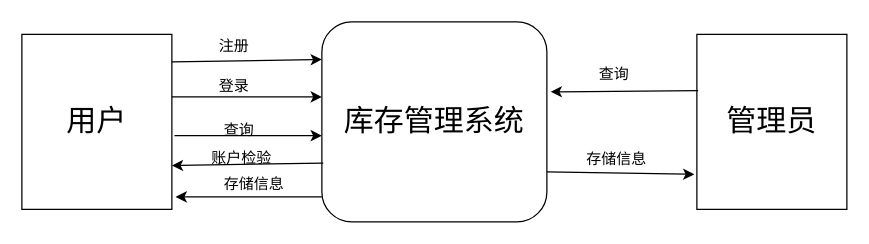
Earlier version of the draw.io diagram 环境图.drawio (fancy5858/hello-world). Source tidied: cells renumbered, new cells numbered last; positions are measured from the earlier drawing's top-left corner, leaving out a move shared by most shapes. Both pictures are drawn from the tidied source at 125%, with x=0, y=0 at pixel (21, 21).
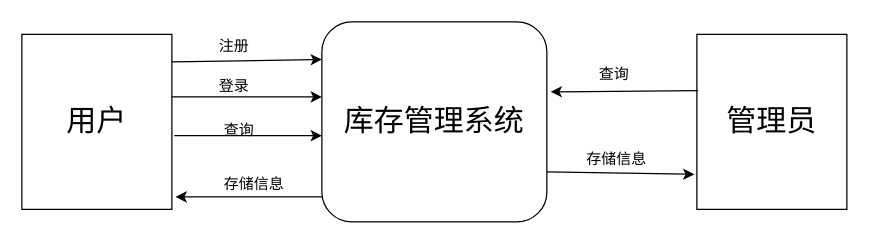
Above is the later version.

Unchanged cells that the change refers to:
```xml
<mxCell id="2" value="&lt;font style=&quot;font-size: 24px&quot;&gt;用户&lt;/font&gt;" style="rounded=0;whiteSpace=wrap;html=1;" parent="1" vertex="1">
  <mxGeometry y="10" width="120" height="140" as="geometry" />
</mxCell>
<mxCell id="3" value="&lt;font style=&quot;font-size: 24px&quot;&gt;库存管理系统&lt;/font&gt;" style="rounded=1;whiteSpace=wrap;html=1;" parent="1" vertex="1">
  <mxGeometry x="240" width="180" height="160" as="geometry" />
</mxCell>
```

Diff of the diagram source:
```diff
@@
-    <mxCell id="11" style="endArrow=classic;html=1;entryX=1;entryY=0.75;entryDx=0;entryDy=0;exitX=0.006;exitY=0.706;exitDx=0;exitDy=0;exitPerimeter=0;" parent="1" edge="1" source="3" target="2">
-      <mxGeometry relative="1" as="geometry" />
-    </mxCell>
-    <mxCell id="12" value="账户检验" style="text;html=1;align=left;verticalAlign=top;spacingTop=-4;" parent="1" vertex="1">
-      <mxGeometry x="150" y="99" width="60" height="20" as="geometry" />
-    </mxCell>
```
